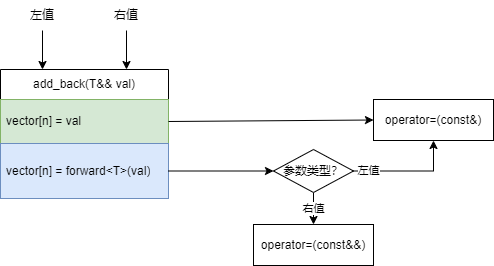
The draw.io diagram CS/语言/C(++)/转发.drawio.png in sirius-zyj/Images, before a commit. Source tidied: cells renumbered, new cells last; positions are measured from the earlier drawing's top-left corner, leaving out a move shared by most shapes.
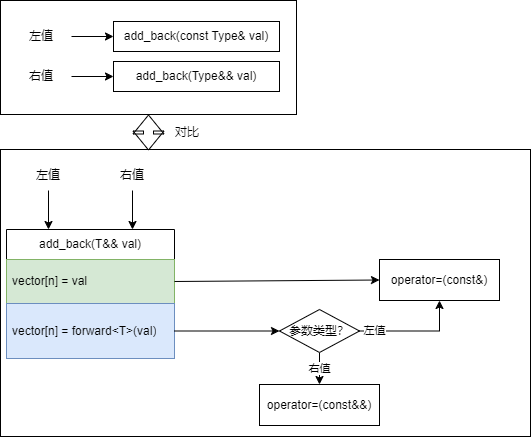
Above is the later version.

Change to the diagram source:
```diff
@@ -2,6 +2,12 @@
   <root>
     <mxCell id="0" />
     <mxCell id="1" parent="0" />
+    <mxCell id="17" style="rounded=0;whiteSpace=wrap;html=1;" parent="1" vertex="1">
+      <mxGeometry x="-6" y="-11" width="530" height="287" as="geometry" />
+    </mxCell>
+    <mxCell id="18" style="rounded=0;whiteSpace=wrap;html=1;" parent="1" vertex="1">
+      <mxGeometry x="-6" y="-160" width="296" height="114" as="geometry" />
+    </mxCell>
     <mxCell id="2" value="add_back(T&amp;amp;&amp;amp; val)" style="swimlane;fontStyle=0;horizontal=1;startSize=30;whiteSpace=wrap;html=1;" parent="1" vertex="1">
       <mxGeometry y="69" width="168" height="129" as="geometry" />
     </mxCell>
@@ -49,5 +55,31 @@
     <mxCell id="16" value="operator=(const&amp;amp;&amp;amp;)" style="rounded=0;whiteSpace=wrap;html=1;" parent="1" vertex="1">
       <mxGeometry x="253" y="224" width="120" height="41" as="geometry" />
     </mxCell>
+    <mxCell id="19" style="edgeStyle=orthogonalEdgeStyle;rounded=0;jettySize=auto;html=1;exitX=1;exitY=0.5;exitDx=0;exitDy=0;entryX=0;entryY=0.5;entryDx=0;entryDy=0;" parent="1" edge="1" source="20" target="23">
+      <mxGeometry relative="1" as="geometry" />
+    </mxCell>
+    <mxCell id="20" value="左值" style="text;html=1;align=center;verticalAlign=middle;whiteSpace=wrap;rounded=0;" parent="1" vertex="1">
+      <mxGeometry x="5" y="-139" width="60" height="30" as="geometry" />
+    </mxCell>
+    <mxCell id="21" style="edgeStyle=orthogonalEdgeStyle;rounded=0;jettySize=auto;html=1;exitX=1;exitY=0.5;exitDx=0;exitDy=0;entryX=0;entryY=0.5;entryDx=0;entryDy=0;" parent="1" edge="1" source="22" target="24">
+      <mxGeometry relative="1" as="geometry" />
+    </mxCell>
+    <mxCell id="22" value="右值" style="text;html=1;align=center;verticalAlign=middle;whiteSpace=wrap;rounded=0;" parent="1" vertex="1">
+      <mxGeometry x="5" y="-99" width="60" height="30" as="geometry" />
+    </mxCell>
+    <mxCell id="23" value="add_back(const Type&amp;amp; val)" style="rounded=0;whiteSpace=wrap;html=1;" parent="1" vertex="1">
+      <mxGeometry x="107" y="-139" width="166" height="30" as="geometry" />
+    </mxCell>
+    <mxCell id="24" value="add_back(Type&amp;amp;&amp;amp; val)" style="rounded=0;whiteSpace=wrap;html=1;" parent="1" vertex="1">
+      <mxGeometry x="107" y="-99" width="166" height="30" as="geometry" />
+    </mxCell>
+    <mxCell id="25" style="shape=flexArrow;endArrow=classic;startArrow=classic;html=1;rounded=0;entryX=0.5;entryY=1;entryDx=0;entryDy=0;" parent="1" edge="1" target="18">
+      <mxGeometry relative="1" as="geometry">
+        <mxPoint x="142" y="-10" as="sourcePoint" />
+      </mxGeometry>
+    </mxCell>
+    <mxCell id="26" value="对比" style="text;html=1;align=center;verticalAlign=middle;whiteSpace=wrap;rounded=0;" parent="1" vertex="1">
+      <mxGeometry x="151" y="-43" width="60" height="30" as="geometry" />
+    </mxCell>
   </root>
 </mxGraphModel>
```
